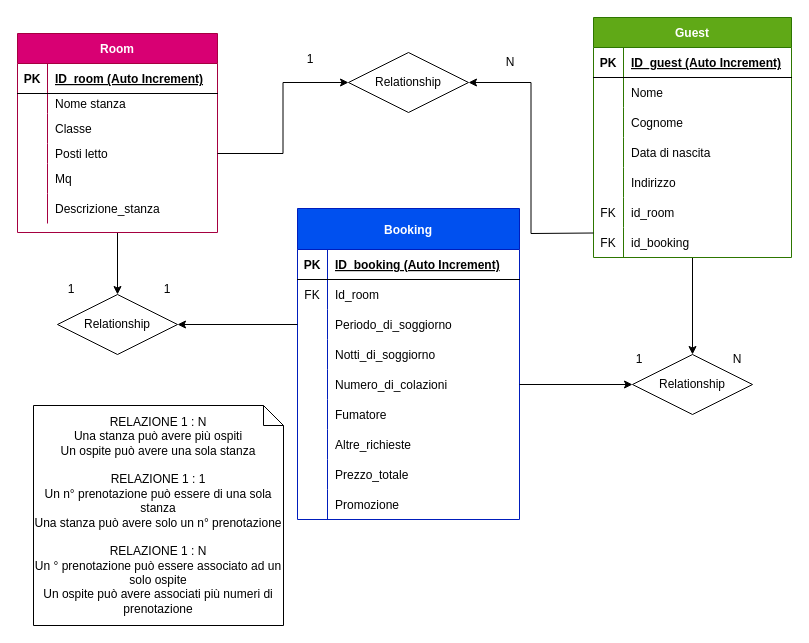
Before: diagram.drawio in romina-trazzi/db-first, a draw.io diagram. Source tidied: cells renumbered, new cells numbered last; positions are measured from the earlier drawing's top-left corner, leaving out a move shared by most shapes. Both pictures are drawn from the tidied source at 100%, with x=0, y=0 at pixel (17, 17).
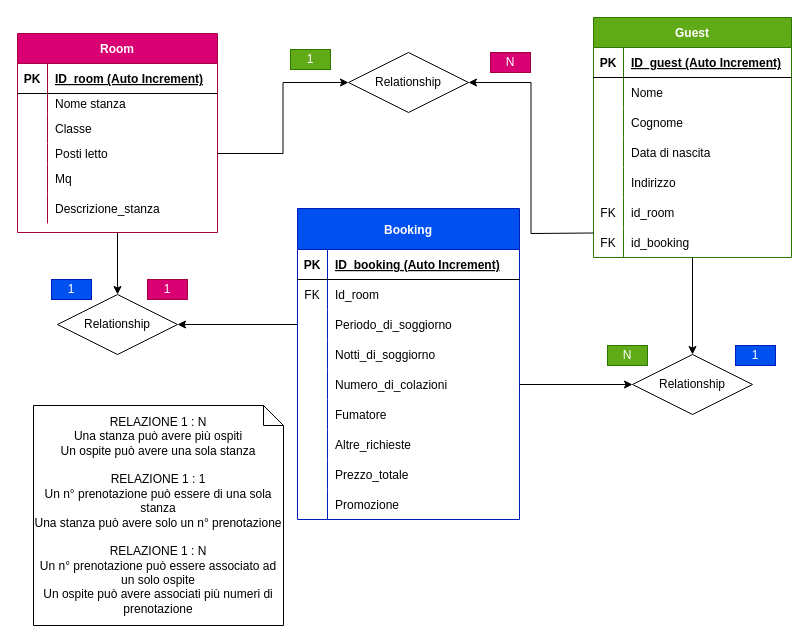
The same page after the edit.

Commit message (it also covers changes not shown here):
Miglioramento flowchart hotel pt 2

Aggiunta immagine JPG

The edit, as a diff of the source:
```diff
@@
-    <mxCell id="45" value="RELAZIONE 1 : N&lt;br&gt;Una stanza può avere più ospiti&lt;br&gt;Un ospite può avere una sola stanza&lt;br&gt;&lt;br&gt;RELAZIONE 1 : 1&lt;br&gt;Un n° prenotazione può essere di una sola stanza&lt;br&gt;Una stanza può avere solo un n° prenotazione&lt;br&gt;&lt;br&gt;RELAZIONE 1 : N&lt;br&gt;Un ° prenotazione può essere associato ad un solo ospite&lt;br&gt;Un ospite può avere associati più numeri di prenotazione" style="shape=note;size=20;whiteSpace=wrap;html=1;fillColor=none;" parent="1" vertex="1">
+    <mxCell id="45" value="RELAZIONE 1 : N&lt;br&gt;Una stanza può avere più ospiti&lt;br&gt;Un ospite può avere una sola stanza&lt;br&gt;&lt;br&gt;RELAZIONE 1 : 1&lt;br&gt;Un n° prenotazione può essere di una sola stanza&lt;br&gt;Una stanza può avere solo un n° prenotazione&lt;br&gt;&lt;br&gt;RELAZIONE 1 : N&lt;br&gt;Un n° prenotazione può essere associato ad un solo ospite&lt;br&gt;Un ospite può avere associati più numeri di prenotazione" style="shape=note;size=20;whiteSpace=wrap;html=1;fillColor=none;" parent="1" vertex="1">
       <mxGeometry x="16" y="388" width="250" height="220" as="geometry" />
     </mxCell>
@@
-    <mxCell id="49" value="1" style="text;html=1;strokeColor=none;fillColor=none;align=center;verticalAlign=middle;whiteSpace=wrap;rounded=0;" parent="1" vertex="1">
+    <mxCell id="49" value="1" style="text;html=1;strokeColor=#2D7600;fillColor=#60a917;align=center;verticalAlign=middle;whiteSpace=wrap;rounded=0;fontColor=#ffffff;" parent="1" vertex="1">
       <mxGeometry x="273" y="32" width="40" height="20" as="geometry" />
     </mxCell>
-    <mxCell id="50" value="N" style="text;html=1;strokeColor=none;fillColor=none;align=center;verticalAlign=middle;whiteSpace=wrap;rounded=0;" parent="1" vertex="1">
+    <mxCell id="50" value="N" style="text;html=1;strokeColor=#A50040;fillColor=#d80073;align=center;verticalAlign=middle;whiteSpace=wrap;rounded=0;fontColor=#ffffff;" parent="1" vertex="1">
       <mxGeometry x="473" y="35" width="40" height="20" as="geometry" />
     </mxCell>
@@
-    <mxCell id="81" value="1" style="text;html=1;strokeColor=none;fillColor=none;align=center;verticalAlign=middle;whiteSpace=wrap;rounded=0;" parent="1" vertex="1">
+    <mxCell id="81" value="1" style="text;html=1;strokeColor=#001DBC;fillColor=#0050ef;align=center;verticalAlign=middle;whiteSpace=wrap;rounded=0;fontColor=#ffffff;" parent="1" vertex="1">
       <mxGeometry x="34" y="262" width="40" height="20" as="geometry" />
     </mxCell>
-    <mxCell id="82" value="1" style="text;html=1;strokeColor=none;fillColor=none;align=center;verticalAlign=middle;whiteSpace=wrap;rounded=0;" parent="1" vertex="1">
+    <mxCell id="82" value="1" style="text;html=1;strokeColor=#A50040;fillColor=#d80073;align=center;verticalAlign=middle;whiteSpace=wrap;rounded=0;fontColor=#ffffff;" parent="1" vertex="1">
       <mxGeometry x="130" y="262" width="40" height="20" as="geometry" />
     </mxCell>
@@
-    <mxCell id="85" value="N" style="text;html=1;strokeColor=none;fillColor=none;align=center;verticalAlign=middle;whiteSpace=wrap;rounded=0;" parent="1" vertex="1">
-      <mxGeometry x="700" y="332" width="40" height="20" as="geometry" />
+    <mxCell id="85" value="1" style="text;html=1;strokeColor=#001DBC;fillColor=#0050ef;align=center;verticalAlign=middle;whiteSpace=wrap;rounded=0;fontColor=#ffffff;" parent="1" vertex="1">
+      <mxGeometry x="718" y="328" width="40" height="20" as="geometry" />
     </mxCell>
-    <mxCell id="86" value="1" style="text;html=1;strokeColor=none;fillColor=none;align=center;verticalAlign=middle;whiteSpace=wrap;rounded=0;" parent="1" vertex="1">
-      <mxGeometry x="602" y="332" width="40" height="20" as="geometry" />
+    <mxCell id="86" value="N" style="text;html=1;strokeColor=#2D7600;fillColor=#60a917;align=center;verticalAlign=middle;whiteSpace=wrap;rounded=0;fontColor=#ffffff;" parent="1" vertex="1">
+      <mxGeometry x="590" y="328" width="40" height="20" as="geometry" />
     </mxCell>
```
